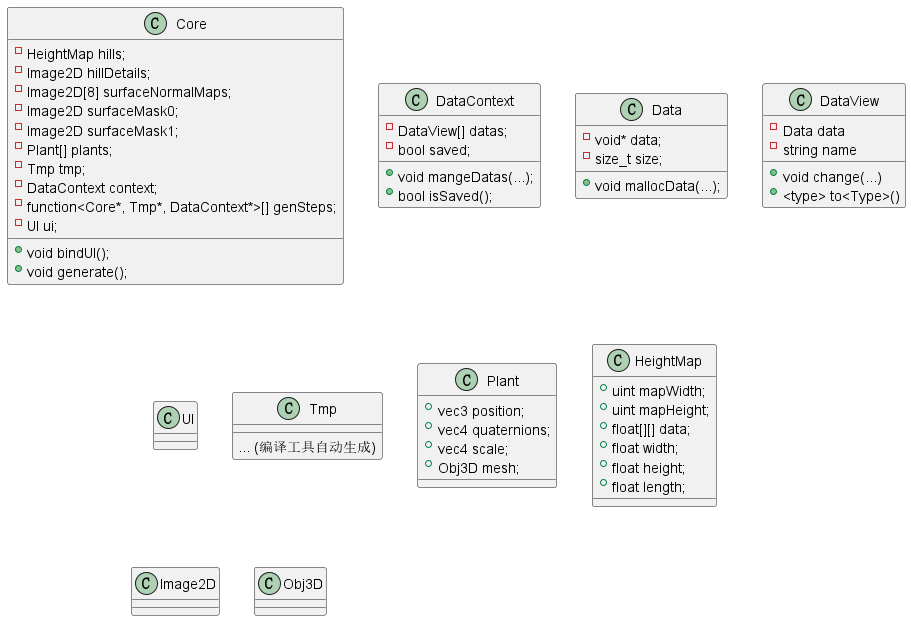
This is doc/uml-and ocl.png from LuncyBloont/World-Generator-Lite, a PlantUML export, as it was before one commit.
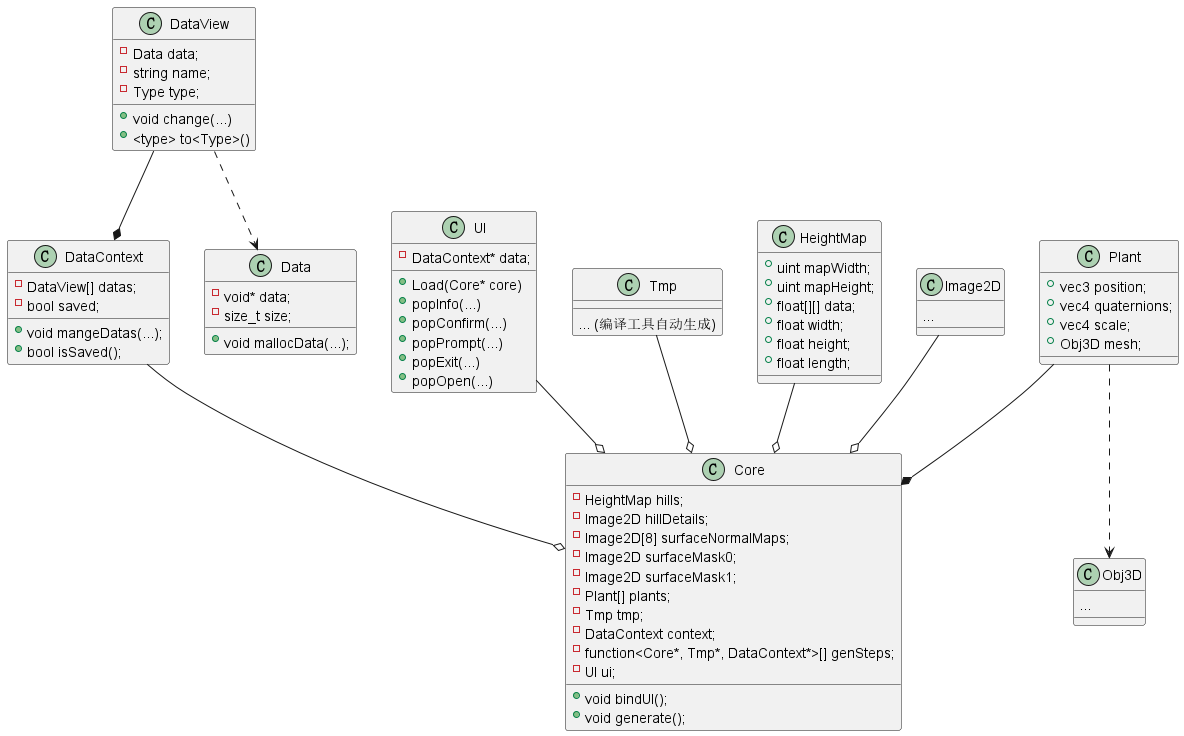
After the commit.

Diff of the diagram source:
```diff
@@ -29,13 +29,22 @@
 }
 
 class DataView {
-	- Data data
-	- string name
+	- Data data;
+	- string name;
+	- Type type;
 	+ void change(...)
 	+ <type> to<Type>()
 }
 
-class UI {}
+class UI {
+	- DataContext* data;
+	+ Load(Core* core)
+	+ popInfo(...)
+	+ popConfirm(...)
+	+ popPrompt(...)
+	+ popExit(...)
+	+ popOpen(...)
+}
 
 class Tmp {
 	... (编译工具自动生成)
@@ -57,8 +66,22 @@
 	+ float length;
 }
 
-class Image2D {}
+class Image2D {
+	...
+}
 
-class Obj3D {}
+class Obj3D {
+	...
+}
+
+DataView ..> Data
+DataView --* DataContext
+HeightMap --o Core
+Image2D --o Core
+Plant --* Core
+Tmp --o Core
+DataContext --o Core
+UI --o Core
+Plant ..> Obj3D
 
 @enduml
```
